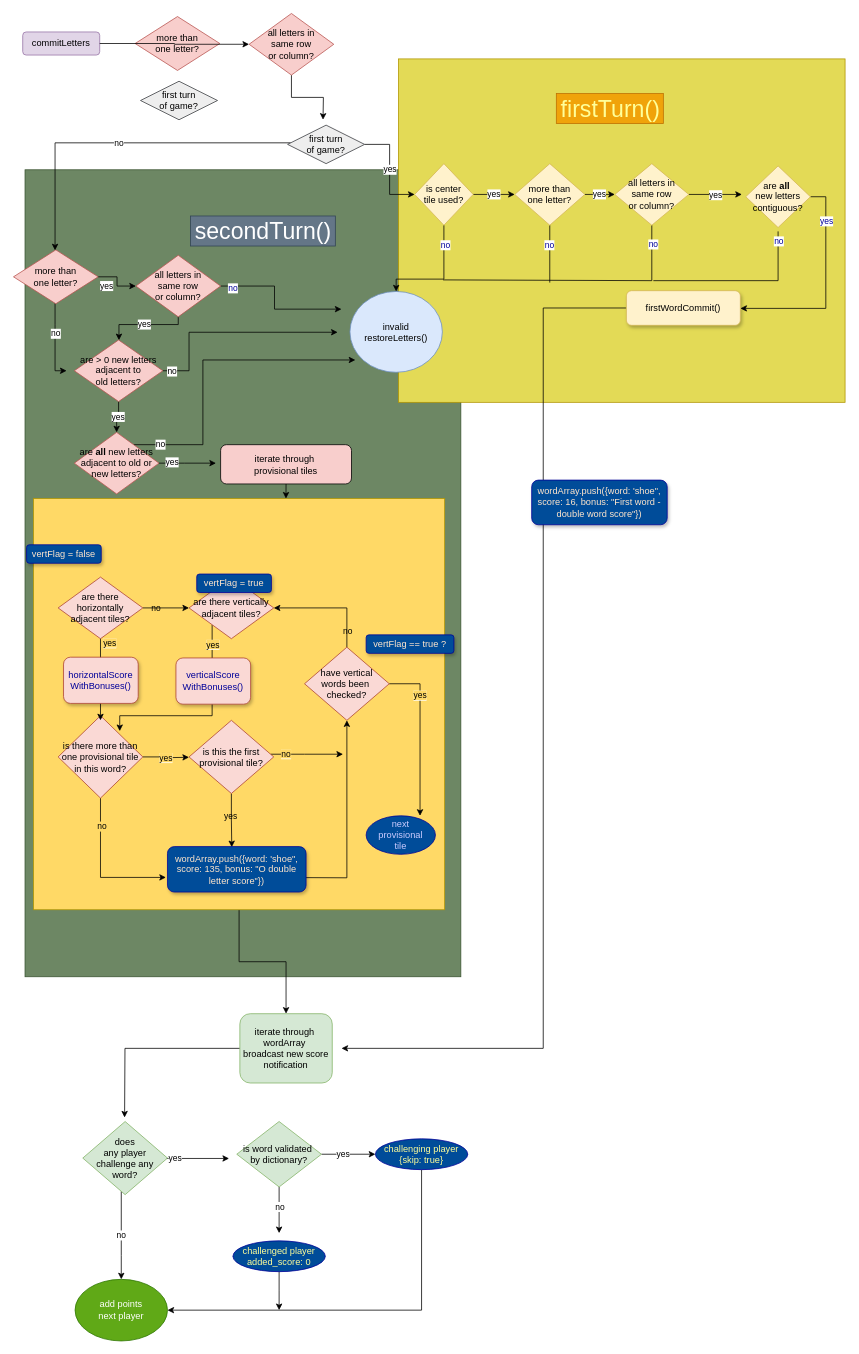
The draw.io diagram scrooble_scoring.drawio in davebenjoya/scrooble, before the edit. Source tidied: cells renumbered, new cells numbered last; positions are measured from the earlier drawing's top-left corner, leaving out a move shared by most shapes. Both pictures are drawn from the tidied source at 77%, with x=0, y=0 at pixel (13, 13).
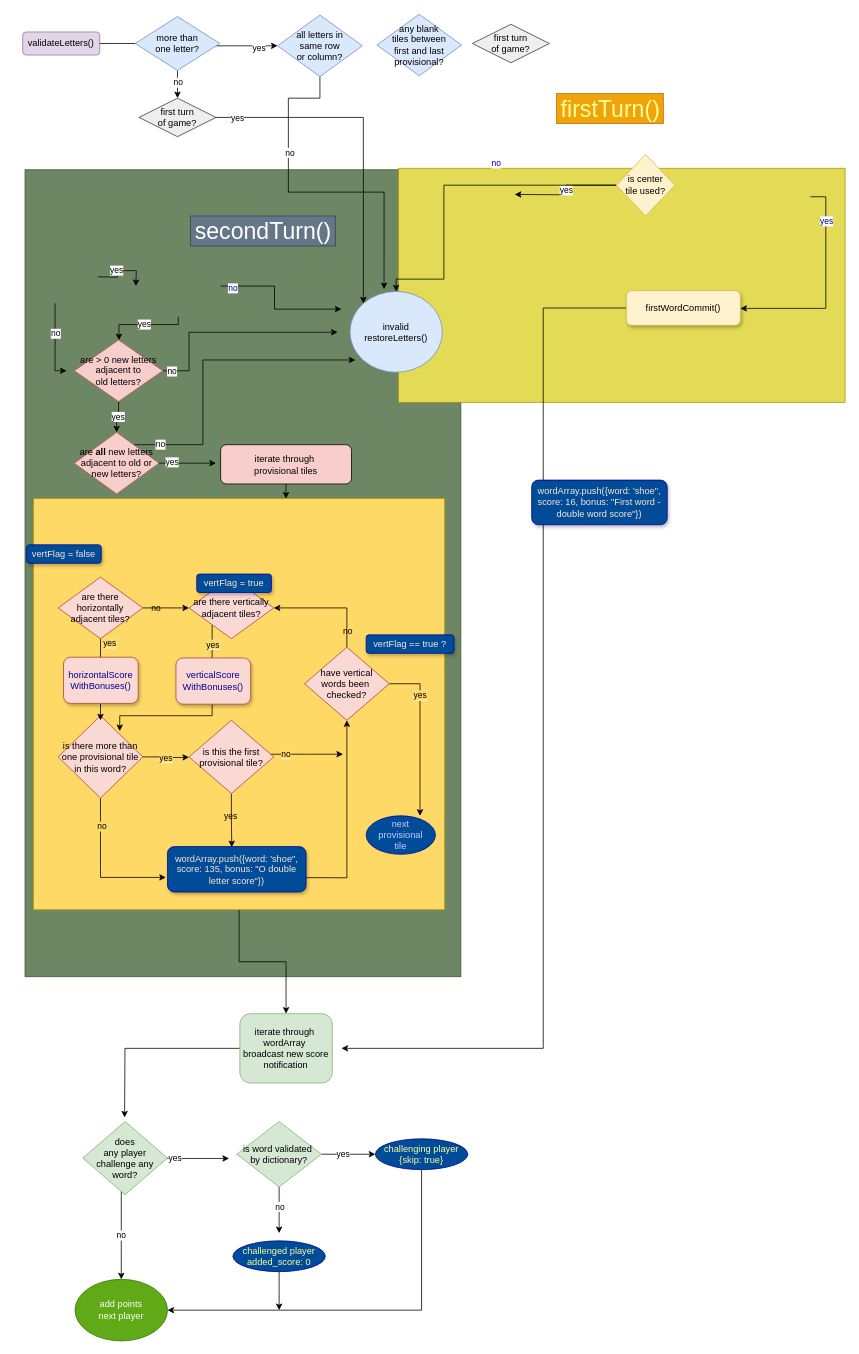
The same page after the edit.

The change refers to these unchanged cells:
```xml
<mxCell id="20" value="invalid&lt;br&gt;restoreLetters()" style="ellipse;whiteSpace=wrap;html=1;fillColor=#dae8fc;strokeColor=#6c8ebf;" parent="1" vertex="1">
  <mxGeometry x="437" y="361" width="120" height="105" as="geometry" />
</mxCell>
<mxCell id="31" value="are &amp;gt; 0 new letters&lt;br&gt;adjacent to &lt;br&gt;old letters?" style="rhombus;whiteSpace=wrap;html=1;fillColor=#f8cecc;strokeColor=#b85450;" parent="1" vertex="1">
  <mxGeometry x="79" y="424" width="115" height="80" as="geometry" />
</mxCell>
<mxCell id="83" value="&lt;font&gt;firstWordCommit()&lt;/font&gt;" style="rounded=1;whiteSpace=wrap;html=1;shadow=1;glass=0;sketch=0;strokeColor=#d6b656;fillColor=#fff2cc;" parent="1" vertex="1">
  <mxGeometry x="796" y="360" width="148" height="45" as="geometry" />
</mxCell>
<mxCell id="102" style="edgeStyle=orthogonalEdgeStyle;rounded=0;jettySize=auto;html=1;endArrow=classic;endFill=1;fillColor=#00FFFF;gradientColor=#9933FF;" parent="1" edge="1" source="81" target="101">
  <mxGeometry relative="1" as="geometry" />
</mxCell>
```

Change to the diagram source:
```diff
@@
     <mxCell id="4" style="rounded=0;whiteSpace=wrap;html=1;strokeColor=#B09500;fontColor=#ffffff;fillColor=#E3DA56;" parent="1" vertex="1">
-      <mxGeometry x="500" y="59" width="580" height="446" as="geometry" />
+      <mxGeometry x="500" y="201" width="580" height="304" as="geometry" />
     </mxCell>
@@
-    <mxCell id="7" value="yes" style="edgeStyle=orthogonalEdgeStyle;rounded=0;jettySize=auto;html=1;" parent="1" edge="1" source="10" target="14">
+    <mxCell id="7" value="yes" style="edgeStyle=orthogonalEdgeStyle;rounded=0;orthogonalLoop=1;jettySize=auto;html=1;" parent="1" edge="1">
       <mxGeometry x="0.23" y="-15" relative="1" as="geometry">
+        <mxPoint x="110" y="342" as="sourcePoint" />
+        <mxPoint x="159" y="354" as="targetPoint" />
         <mxPoint x="-15" y="-15" as="offset" />
       </mxGeometry>
     </mxCell>
-    <mxCell id="8" style="edgeStyle=orthogonalEdgeStyle;rounded=0;jettySize=auto;html=1;" parent="1" edge="1" source="10">
+    <mxCell id="8" style="edgeStyle=orthogonalEdgeStyle;rounded=0;orthogonalLoop=1;jettySize=auto;html=1;" parent="1" edge="1">
       <mxGeometry relative="1" as="geometry">
+        <mxPoint x="54" y="376.4" as="sourcePoint" />
         <mxPoint x="69" y="464" as="targetPoint" />
         <Array as="points">
           <mxPoint x="54" y="404" />
           <mxPoint x="54" y="404" />
         </Array>
       </mxGeometry>
     </mxCell>
@@
-    <mxCell id="10" value="more than &lt;br&gt;one letter?" style="rhombus;whiteSpace=wrap;html=1;fillColor=#f8cecc;strokeColor=#b85450;" parent="1" vertex="1">
-      <mxGeometry y="307" width="110" height="70" as="geometry" />
-    </mxCell>
-    <mxCell id="11" value="yes" style="edgeStyle=orthogonalEdgeStyle;rounded=0;jettySize=auto;html=1;" parent="1" edge="1" source="14" target="31">
+    <mxCell id="11" value="yes" style="edgeStyle=orthogonalEdgeStyle;rounded=0;jettySize=auto;html=1;" parent="1" edge="1" target="31">
       <mxGeometry relative="1" as="geometry">
+        <mxPoint x="214" y="394" as="sourcePoint" />
         <Array as="points">
           <mxPoint x="214" y="404" />
           <mxPoint x="137" y="404" />
         </Array>
       </mxGeometry>
     </mxCell>
-    <mxCell id="12" style="edgeStyle=orthogonalEdgeStyle;rounded=0;jettySize=auto;html=1;startArrow=none;startFill=0;endArrow=classic;endFill=1;exitX=1;exitY=0.5;exitDx=0;exitDy=0;" parent="1" edge="1" source="14">
+    <mxCell id="12" style="edgeStyle=orthogonalEdgeStyle;rounded=0;orthogonalLoop=1;jettySize=auto;html=1;startArrow=none;startFill=0;endArrow=classic;endFill=1;exitX=1;exitY=0.5;exitDx=0;exitDy=0;" parent="1" edge="1">
       <mxGeometry relative="1" as="geometry">
+        <mxPoint x="269" y="354" as="sourcePoint" />
         <mxPoint x="426" y="384" as="targetPoint" />
         <Array as="points">
           <mxPoint x="339" y="354" />
           <mxPoint x="339" y="384" />
         </Array>
       </mxGeometry>
     </mxCell>
@@
-    <mxCell id="14" value="all letters in &lt;br&gt;same row &lt;br&gt;or column?" style="rhombus;whiteSpace=wrap;html=1;fillColor=#f8cecc;strokeColor=#b85450;" parent="1" vertex="1">
-      <mxGeometry x="159" y="314" width="110" height="80" as="geometry" />
-    </mxCell>
@@
-    <mxCell id="21" value="no" style="edgeStyle=orthogonalEdgeStyle;rounded=0;jettySize=auto;html=1;" parent="1" edge="1" source="23" target="10">
-      <mxGeometry relative="1" as="geometry">
-        <Array as="points">
-          <mxPoint x="54" y="168" />
-        </Array>
-      </mxGeometry>
-    </mxCell>
-    <mxCell id="22" value="yes" style="edgeStyle=orthogonalEdgeStyle;rounded=0;jettySize=auto;html=1;" parent="1" edge="1" source="23" target="27">
-      <mxGeometry relative="1" as="geometry" />
-    </mxCell>
     <mxCell id="23" value="first turn&lt;br&gt;of game?" style="rhombus;whiteSpace=wrap;html=1;fillColor=#eeeeee;strokeColor=#36393d;" parent="1" vertex="1">
-      <mxGeometry x="356" y="145" width="100" height="50" as="geometry" />
+      <mxGeometry x="596" y="14" width="100" height="50" as="geometry" />
     </mxCell>
-    <mxCell id="24" value="yes" style="edgeStyle=orthogonalEdgeStyle;rounded=0;jettySize=auto;html=1;startArrow=none;startFill=0;endArrow=classic;endFill=1;" parent="1" edge="1" source="27" target="39">
-      <mxGeometry relative="1" as="geometry" />
+    <mxCell id="24" value="yes" style="edgeStyle=orthogonalEdgeStyle;rounded=0;jettySize=auto;html=1;startArrow=none;startFill=0;endArrow=classic;endFill=1;" parent="1" edge="1" source="27">
+      <mxGeometry relative="1" as="geometry">
+        <mxPoint x="651" y="235" as="targetPoint" />
+      </mxGeometry>
     </mxCell>
@@
     <mxCell id="27" value="is center &lt;br&gt;tile used?" style="rhombus;whiteSpace=wrap;html=1;fillColor=#fff2cc;strokeColor=#d6b656;" parent="1" vertex="1">
-      <mxGeometry x="521" y="195" width="76" height="80" as="geometry" />
+      <mxGeometry x="783" y="183" width="76" height="80" as="geometry" />
     </mxCell>
@@
-    <mxCell id="32" value="yes" style="edgeStyle=orthogonalEdgeStyle;rounded=0;jettySize=auto;html=1;exitX=1;exitY=0.5;exitDx=0;exitDy=0;startArrow=none;startFill=0;endArrow=classic;endFill=1;" parent="1" edge="1" source="35">
-      <mxGeometry relative="1" as="geometry">
-        <mxPoint x="946" y="235" as="targetPoint" />
-      </mxGeometry>
-    </mxCell>
-    <mxCell id="33" style="edgeStyle=orthogonalEdgeStyle;rounded=0;jettySize=auto;html=1;endArrow=none;endFill=0;fillColor=#00FFFF;gradientColor=#9933FF;fontColor=#000099;" parent="1" edge="1" source="35">
-      <mxGeometry relative="1" as="geometry">
-        <mxPoint x="558" y="346" as="targetPoint" />
-        <Array as="points">
-          <mxPoint x="829" y="347" />
-        </Array>
-      </mxGeometry>
-    </mxCell>
-    <mxCell id="34" value="no" style="edgeLabel;html=1;align=center;verticalAlign=middle;fontColor=#000099;" parent="33" vertex="1">
-      <mxGeometry x="-0.92" y="1" relative="1" as="geometry">
-        <mxPoint y="10" as="offset" />
-      </mxGeometry>
-    </mxCell>
-    <mxCell id="35" value="all letters in&lt;br&gt;same row&lt;br&gt;or column?" style="rhombus;whiteSpace=wrap;html=1;fillColor=#fff2cc;strokeColor=#d6b656;" parent="1" vertex="1">
-      <mxGeometry x="781" y="195" width="96" height="80" as="geometry" />
-    </mxCell>
-    <mxCell id="36" value="yes" style="edgeStyle=orthogonalEdgeStyle;rounded=0;jettySize=auto;html=1;startArrow=none;startFill=0;endArrow=classic;endFill=1;" parent="1" edge="1" source="39" target="35">
-      <mxGeometry relative="1" as="geometry" />
-    </mxCell>
-    <mxCell id="37" style="edgeStyle=orthogonalEdgeStyle;rounded=0;jettySize=auto;html=1;endArrow=none;endFill=0;fillColor=#00FFFF;gradientColor=#9933FF;fontColor=#000099;" parent="1" edge="1" source="39">
-      <mxGeometry relative="1" as="geometry">
-        <mxPoint x="696.5" y="349.5" as="targetPoint" />
-      </mxGeometry>
-    </mxCell>
-    <mxCell id="38" value="no" style="edgeLabel;html=1;align=center;verticalAlign=middle;fontColor=#000099;" parent="37" vertex="1">
-      <mxGeometry x="-0.34" y="-1" relative="1" as="geometry" />
-    </mxCell>
-    <mxCell id="39" value="more than &lt;br&gt;one letter?" style="rhombus;whiteSpace=wrap;html=1;fillColor=#fff2cc;strokeColor=#d6b656;" parent="1" vertex="1">
-      <mxGeometry x="651" y="195" width="91" height="80" as="geometry" />
-    </mxCell>
@@
-    <mxCell id="80" style="edgeStyle=orthogonalEdgeStyle;rounded=0;jettySize=auto;html=1;endArrow=classic;endFill=1;fillColor=#00FFFF;gradientColor=#9933FF;" parent="1" edge="1" source="101">
+    <mxCell id="80" style="edgeStyle=orthogonalEdgeStyle;rounded=0;jettySize=auto;html=1;endArrow=classic;endFill=1;fillColor=#00FFFF;gradientColor=#9933FF;entryX=0.369;entryY=-0.028;entryDx=0;entryDy=0;entryPerimeter=0;" parent="1" edge="1" source="101" target="20">
       <mxGeometry relative="1" as="geometry">
-        <mxPoint x="402" y="138" as="targetPoint" />
+        <Array as="points">
+          <mxPoint x="398" y="110" />
+          <mxPoint x="357" y="110" />
+          <mxPoint x="357" y="232" />
+          <mxPoint x="481" y="232" />
+        </Array>
       </mxGeometry>
     </mxCell>
+    <mxCell id="104" value="no" style="edgeLabel;html=1;align=center;verticalAlign=middle;" parent="80" vertex="1">
+      <mxGeometry x="-0.37" y="1" relative="1" as="geometry" />
+    </mxCell>
-    <mxCell id="81" value="commitLetters" style="rounded=1;whiteSpace=wrap;html=1;fillColor=#e1d5e7;strokeColor=#9673a6;" parent="1" vertex="1">
+    <mxCell id="81" value="validateLetters()" style="rounded=1;whiteSpace=wrap;html=1;fillColor=#e1d5e7;strokeColor=#9673a6;" parent="1" vertex="1">
       <mxGeometry x="12" y="24" width="100" height="30" as="geometry" />
     </mxCell>
@@
-    <mxCell id="84" style="edgeStyle=orthogonalEdgeStyle;rounded=0;orthogonalLoop=1;jettySize=auto;html=1;endArrow=none;endFill=0;fillColor=#00FFFF;gradientColor=#9933FF;fontColor=#000099;" parent="1" edge="1">
-      <mxGeometry relative="1" as="geometry">
-        <mxPoint x="993" y="283" as="sourcePoint" />
-        <mxPoint x="831" y="347" as="targetPoint" />
-        <Array as="points">
-          <mxPoint x="993" y="347" />
-        </Array>
-      </mxGeometry>
-    </mxCell>
-    <mxCell id="85" value="no" style="edgeLabel;html=1;align=center;verticalAlign=middle;fontColor=#000099;" parent="84" vertex="1">
-      <mxGeometry x="-0.33" y="1" relative="1" as="geometry">
-        <mxPoint x="12" y="-53" as="offset" />
-      </mxGeometry>
-    </mxCell>
-    <mxCell id="86" style="edgeStyle=orthogonalEdgeStyle;rounded=0;jettySize=auto;html=1;endArrow=classic;endFill=1;fillColor=#00FFFF;gradientColor=#9933FF;fontColor=#000099;" parent="1" edge="1" source="88" target="83">
+    <mxCell id="86" style="edgeStyle=orthogonalEdgeStyle;rounded=0;jettySize=auto;html=1;endArrow=classic;endFill=1;fillColor=#00FFFF;gradientColor=#9933FF;fontColor=#000099;" parent="1" edge="1" target="83">
       <mxGeometry relative="1" as="geometry">
+        <mxPoint x="1035" y="238" as="sourcePoint" />
         <Array as="points">
           <mxPoint x="1055" y="238" />
           <mxPoint x="1055" y="383" />
         </Array>
       </mxGeometry>
     </mxCell>
@@
-    <mxCell id="88" value="are&amp;nbsp;&lt;b&gt;all&lt;/b&gt;&amp;nbsp;&lt;br&gt;new letters&lt;br&gt;contiguous?" style="rhombus;whiteSpace=wrap;html=1;fillColor=#fff2cc;strokeColor=#d6b656;" parent="1" vertex="1">
-      <mxGeometry x="951" y="198" width="84" height="80" as="geometry" />
-    </mxCell>
@@
-    <mxCell id="100" value="more than &lt;br&gt;one letter?" style="rhombus;whiteSpace=wrap;html=1;fillColor=#f8cecc;strokeColor=#b85450;" parent="1" vertex="1">
-      <mxGeometry x="158" y="4" width="110" height="70" as="geometry" />
-    </mxCell>
-    <mxCell id="101" value="all letters in &lt;br&gt;same row &lt;br&gt;or column?" style="rhombus;whiteSpace=wrap;html=1;fillColor=#f8cecc;strokeColor=#b85450;" parent="1" vertex="1">
-      <mxGeometry x="306" width="110" height="80" as="geometry" />
+    <mxCell id="101" value="all letters in &lt;br&gt;same row &lt;br&gt;or column?" style="rhombus;whiteSpace=wrap;html=1;fillColor=#dae8fc;strokeColor=#6c8ebf;" parent="1" vertex="1">
+      <mxGeometry x="343" y="2" width="110" height="80" as="geometry" />
     </mxCell>
@@
+    <mxCell id="105" value="yes" style="edgeLabel;html=1;align=center;verticalAlign=middle;" parent="102" vertex="1">
+      <mxGeometry x="0.79" y="-2" relative="1" as="geometry" />
+    </mxCell>
+    <mxCell id="106" style="edgeStyle=orthogonalEdgeStyle;rounded=0;jettySize=auto;html=1;entryX=0;entryY=0;entryDx=0;entryDy=0;" parent="1" edge="1" source="103" target="20">
+      <mxGeometry relative="1" as="geometry">
+        <Array as="points">
+          <mxPoint x="454" y="135" />
+        </Array>
+      </mxGeometry>
+    </mxCell>
+    <mxCell id="107" value="yes" style="edgeLabel;html=1;align=center;verticalAlign=middle;" parent="106" vertex="1">
+      <mxGeometry x="-0.93" y="-1" relative="1" as="geometry">
+        <mxPoint x="12" y="-1" as="offset" />
+      </mxGeometry>
+    </mxCell>
     <mxCell id="103" value="first turn&lt;br&gt;of game?" style="rhombus;whiteSpace=wrap;html=1;fillColor=#eeeeee;strokeColor=#36393d;" parent="1" vertex="1">
-      <mxGeometry x="165" y="88" width="100" height="50" as="geometry" />
+      <mxGeometry x="163" y="110" width="100" height="50" as="geometry" />
     </mxCell>
+    <mxCell id="108" style="edgeStyle=orthogonalEdgeStyle;rounded=0;jettySize=auto;html=1;exitX=0.5;exitY=1;exitDx=0;exitDy=0;" parent="1" edge="1" source="100" target="103">
+      <mxGeometry relative="1" as="geometry" />
+    </mxCell>
+    <mxCell id="109" value="no" style="edgeLabel;html=1;align=center;verticalAlign=middle;" parent="108" vertex="1">
+      <mxGeometry x="-0.3" relative="1" as="geometry" />
+    </mxCell>
+    <mxCell id="100" value="more than &lt;br&gt;one letter?" style="rhombus;whiteSpace=wrap;html=1;fillColor=#dae8fc;strokeColor=#6c8ebf;" parent="1" vertex="1">
+      <mxGeometry x="158" y="4" width="110" height="70" as="geometry" />
+    </mxCell>
+    <mxCell id="110" value="any blank &lt;br&gt;tiles between &lt;br&gt;first and last provisional?" style="rhombus;whiteSpace=wrap;html=1;fillColor=#dae8fc;strokeColor=#6c8ebf;" parent="1" vertex="1">
+      <mxGeometry x="472" y="1" width="110" height="80" as="geometry" />
+    </mxCell>
```
